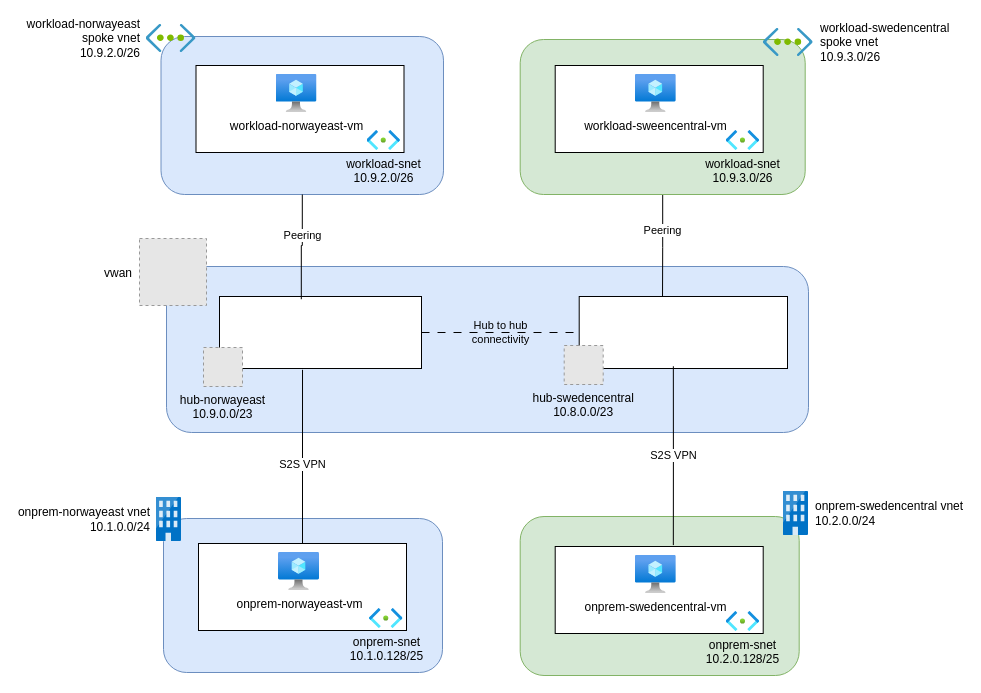
This is page "after lab-03" (3 of 5) of docs/assets/visuals/vwan.drawio from Infrastructure-AsCode/hub-spoke-vwan, a draw.io file, before an edit. Source tidied: cells renumbered, new cells numbered last; positions are measured from the earlier drawing's top-left corner, leaving out a move shared by most shapes. Both pictures are drawn from the tidied source at 100%, with x=0, y=0 at pixel (139, 24). Pictures stored in the file or linked from it are replaced by grey dashed boxes.
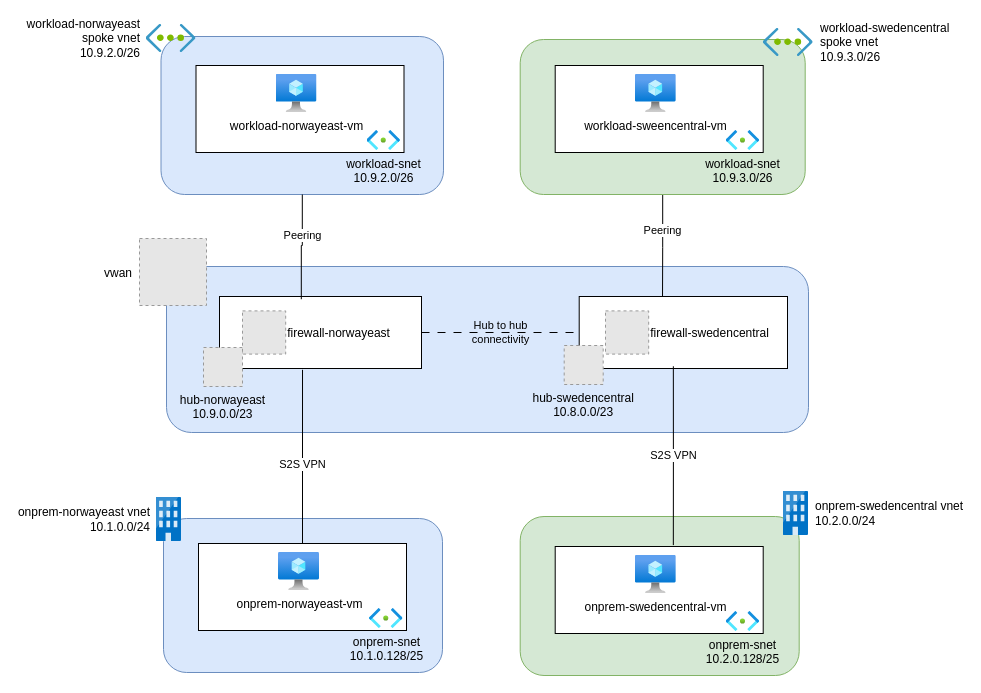
Above is the later version.

The edit, as a diff of the source:
```diff
@@
+    <mxCell id="33" value="firewall-swedencentral" style="fillColor=#E6E6E6;strokeColor=#999999;dashed=1;verticalLabelPosition=middle;labelBackgroundColor=none;verticalAlign=middle;labelPosition=right;align=left;" parent="1" vertex="1">
+      <mxGeometry x="466" y="286.4" width="43.2" height="43.2" as="geometry" />
+    </mxCell>
+    <mxCell id="34" value="firewall-norwayeast" style="fillColor=#E6E6E6;strokeColor=#999999;dashed=1;verticalLabelPosition=middle;labelBackgroundColor=none;verticalAlign=middle;labelPosition=right;align=left;" parent="1" vertex="1">
+      <mxGeometry x="103" y="286.4" width="43.2" height="43.2" as="geometry" />
+    </mxCell>
```
